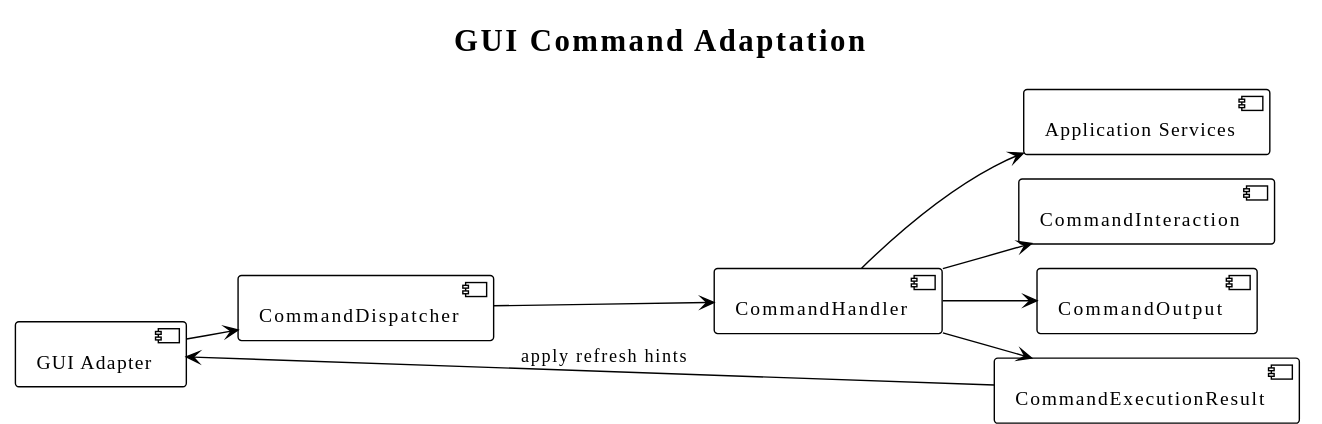
superheromeZzh/pi-mono-java-design keeps this PlantUML diagram as diagrams/command/10-client-adaptation.svg. Above is the earlier version.
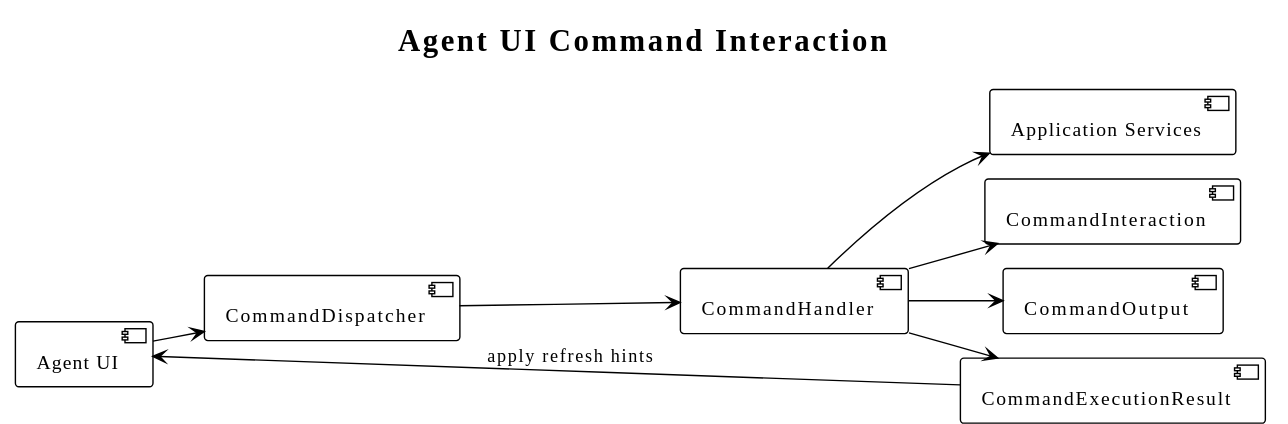
Later version of the same file.

Commit message:
docs(agent): rename GUI adapter to Agent UI

Diff of the diagram source:
```diff
@@ -4,10 +4,10 @@
 skinparam defaultFontName "SansSerif"
 skinparam shadowing false
 skinparam backgroundColor transparent
-title GUI Command Adaptation
+title Agent UI Command Interaction
 
 left to right direction
-component "GUI Adapter" as GUI
+component "Agent UI" as GUI
 component CommandDispatcher as Dispatcher
 component CommandHandler as Handler
 component CommandInteraction as Interaction
```
